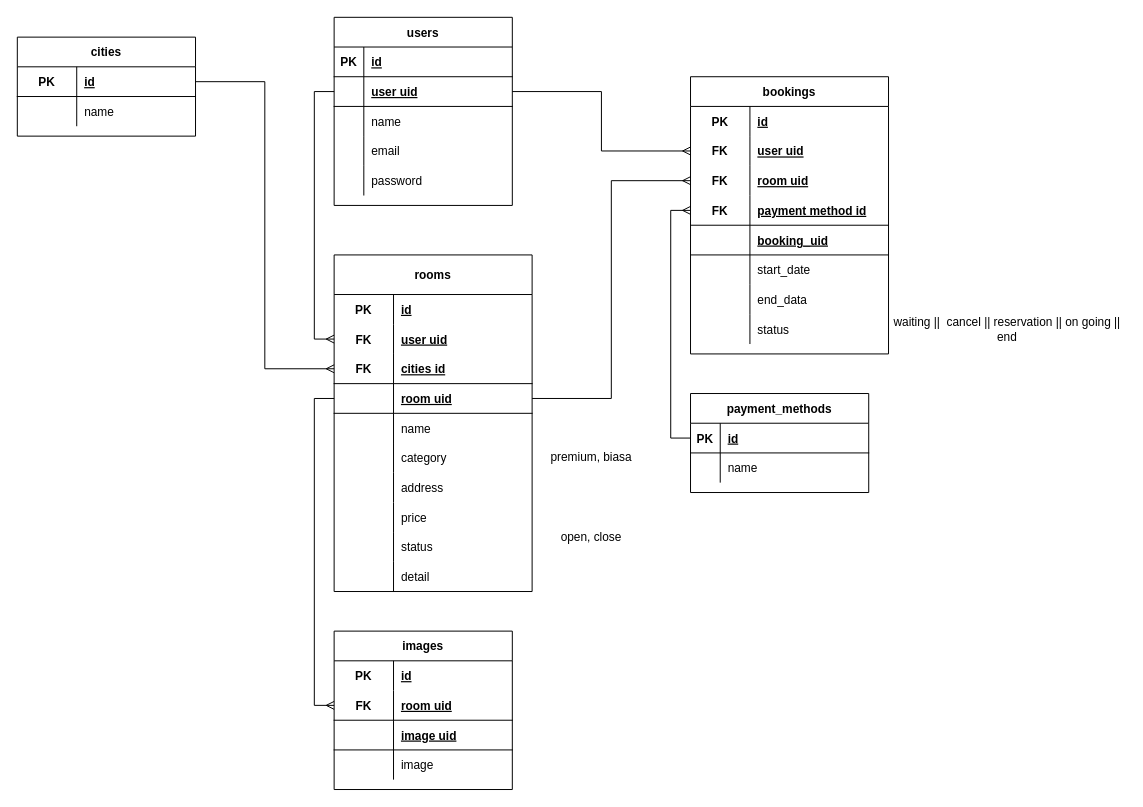
Earlier version of the draw.io diagram repository/erd/altaProject .drawio (AIRBNB-App-Project2/backend-airbnb). Source tidied: cells renumbered, new cells numbered last; positions are measured from the earlier drawing's top-left corner, leaving out a move shared by most shapes. Both pictures are drawn from the tidied source at 99%, with x=0, y=0 at pixel (17, 17).
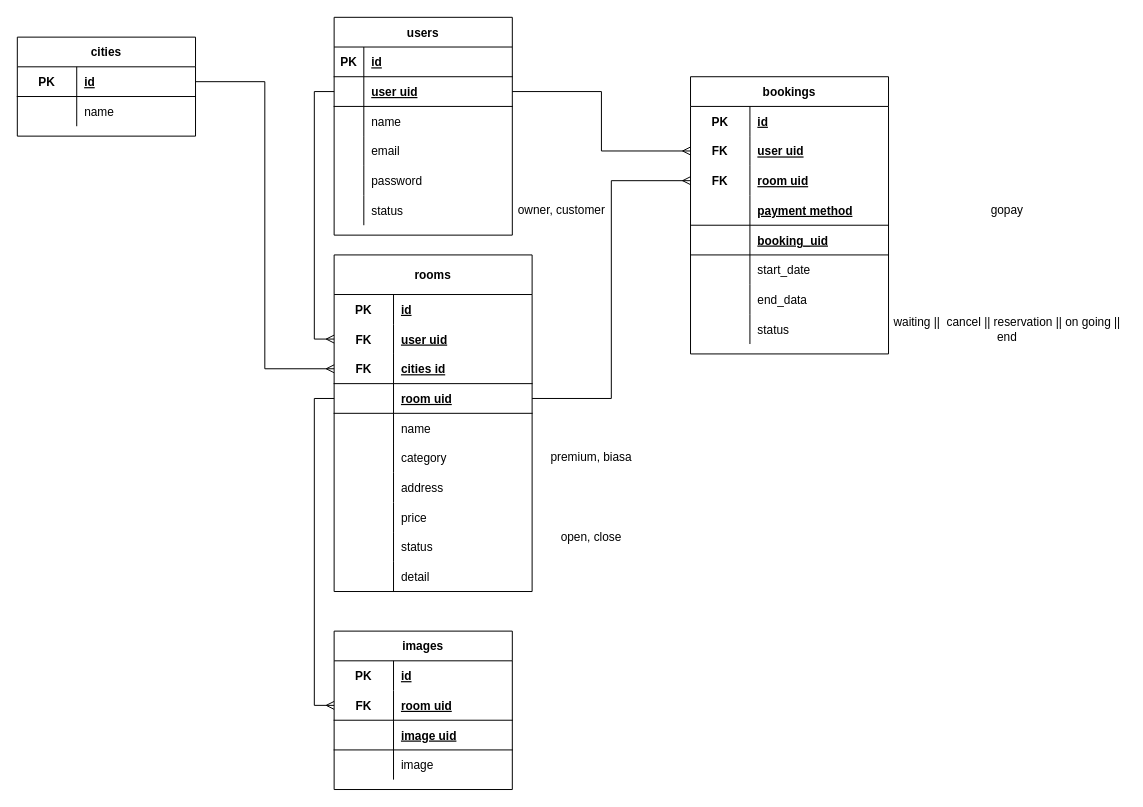
After the change.

Commit message (it also covers changes not shown here):
adit owner room image and booking

The change refers to these unchanged cells:
```xml
<mxCell id="60" style="shape=tableRow;horizontal=0;startSize=0;swimlaneHead=0;swimlaneBody=0;fillColor=none;points=[[0,0.5],[1,0.5]];portConstraint=eastwest;top=0;left=0;right=0;bottom=1;strokeColor=default;" parent="50" vertex="1">
  <mxGeometry y="120" width="200" height="30" as="geometry" />
</mxCell>
```

The edit, as a diff of the source:
```diff
@@
     <mxCell id="3" value="users" style="shape=table;startSize=30;childLayout=tableLayout;rowLines=0;fontStyle=1;align=center;" parent="1" vertex="1">
-      <mxGeometry x="320" width="180" height="190" as="geometry" />
+      <mxGeometry x="320" width="180" height="220" as="geometry" />
     </mxCell>
@@
+    <mxCell id="111" style="shape=tableRow;horizontal=0;startSize=0;swimlaneHead=0;swimlaneBody=0;fillColor=none;top=0;left=0;right=0;bottom=0;" parent="3" vertex="1">
+      <mxGeometry y="180" width="180" height="30" as="geometry" />
+    </mxCell>
+    <mxCell id="112" style="shape=partialRectangle;fillColor=none;top=0;left=0;bottom=0;right=0;overflow=hidden;" parent="111" vertex="1">
+      <mxGeometry width="30" height="30" as="geometry" />
+    </mxCell>
+    <mxCell id="113" value="status" style="shape=partialRectangle;fillColor=none;top=0;left=0;bottom=0;right=0;align=left;spacingLeft=6;overflow=hidden;" parent="111" vertex="1">
+      <mxGeometry x="30" width="150" height="30" as="geometry" />
+    </mxCell>
@@
-    <mxCell id="61" value="FK" style="shape=partialRectangle;fillColor=none;top=0;left=0;bottom=0;right=0;fontStyle=1;overflow=hidden;strokeColor=default;" parent="60" vertex="1">
+    <mxCell id="61" style="shape=partialRectangle;fillColor=none;top=0;left=0;bottom=0;right=0;fontStyle=1;overflow=hidden;strokeColor=default;" parent="60" vertex="1">
       <mxGeometry width="60" height="30" as="geometry" />
     </mxCell>
-    <mxCell id="62" value="payment method id" style="shape=partialRectangle;fillColor=none;top=0;left=0;bottom=0;right=0;align=left;spacingLeft=6;fontStyle=5;overflow=hidden;strokeColor=default;" parent="60" vertex="1">
+    <mxCell id="62" value="payment method" style="shape=partialRectangle;fillColor=none;top=0;left=0;bottom=0;right=0;align=left;spacingLeft=6;fontStyle=5;overflow=hidden;strokeColor=default;" parent="60" vertex="1">
       <mxGeometry x="60" width="140" height="30" as="geometry" />
     </mxCell>
@@
-    <mxCell id="97" value="payment_methods" style="shape=table;startSize=30;childLayout=tableLayout;rowLines=0;fontStyle=1;align=center;strokeColor=default;fillColor=none;" parent="1" vertex="1">
-      <mxGeometry x="680" y="380" width="180" height="100" as="geometry" />
-    </mxCell>
-    <mxCell id="98" style="shape=tableRow;horizontal=0;startSize=0;swimlaneHead=0;swimlaneBody=0;fillColor=none;points=[[0,0.5],[1,0.5]];portConstraint=eastwest;top=0;left=0;right=0;bottom=1;strokeColor=default;" parent="97" vertex="1">
-      <mxGeometry y="30" width="180" height="30" as="geometry" />
-    </mxCell>
-    <mxCell id="99" value="PK" style="shape=partialRectangle;fillColor=none;top=0;left=0;bottom=0;right=0;fontStyle=1;overflow=hidden;strokeColor=default;" parent="98" vertex="1">
-      <mxGeometry width="30" height="30" as="geometry" />
-    </mxCell>
-    <mxCell id="100" value="id" style="shape=partialRectangle;fillColor=none;top=0;left=0;bottom=0;right=0;align=left;spacingLeft=6;fontStyle=5;overflow=hidden;strokeColor=default;" parent="98" vertex="1">
-      <mxGeometry x="30" width="150" height="30" as="geometry" />
-    </mxCell>
-    <mxCell id="101" style="shape=tableRow;horizontal=0;startSize=0;swimlaneHead=0;swimlaneBody=0;fillColor=none;top=0;left=0;right=0;bottom=0;strokeColor=default;" parent="97" vertex="1">
-      <mxGeometry y="60" width="180" height="30" as="geometry" />
-    </mxCell>
-    <mxCell id="102" style="shape=partialRectangle;fillColor=none;top=0;left=0;bottom=0;right=0;overflow=hidden;strokeColor=default;" parent="101" vertex="1">
-      <mxGeometry width="30" height="30" as="geometry" />
-    </mxCell>
-    <mxCell id="103" value="name" style="shape=partialRectangle;fillColor=none;top=0;left=0;bottom=0;right=0;align=left;spacingLeft=6;overflow=hidden;strokeColor=default;" parent="101" vertex="1">
-      <mxGeometry x="30" width="150" height="30" as="geometry" />
-    </mxCell>
@@
-    <mxCell id="108" style="edgeStyle=orthogonalEdgeStyle;rounded=0;jettySize=auto;html=1;exitX=0;exitY=0.5;exitDx=0;exitDy=0;entryX=0;entryY=0.5;entryDx=0;entryDy=0;endArrow=ERmany;endFill=0;" parent="1" edge="1" source="98" target="60">
-      <mxGeometry relative="1" as="geometry" />
-    </mxCell>
@@
+    <mxCell id="114" value="gopay" style="text;html=1;strokeColor=none;fillColor=none;align=center;verticalAlign=middle;whiteSpace=wrap;rounded=0;" parent="1" vertex="1">
+      <mxGeometry x="880" y="180" width="240" height="30" as="geometry" />
+    </mxCell>
+    <mxCell id="115" value="owner, customer" style="text;html=1;strokeColor=none;fillColor=none;align=center;verticalAlign=middle;whiteSpace=wrap;rounded=0;" parent="1" vertex="1">
+      <mxGeometry x="500" y="180" width="100" height="30" as="geometry" />
+    </mxCell>
```
